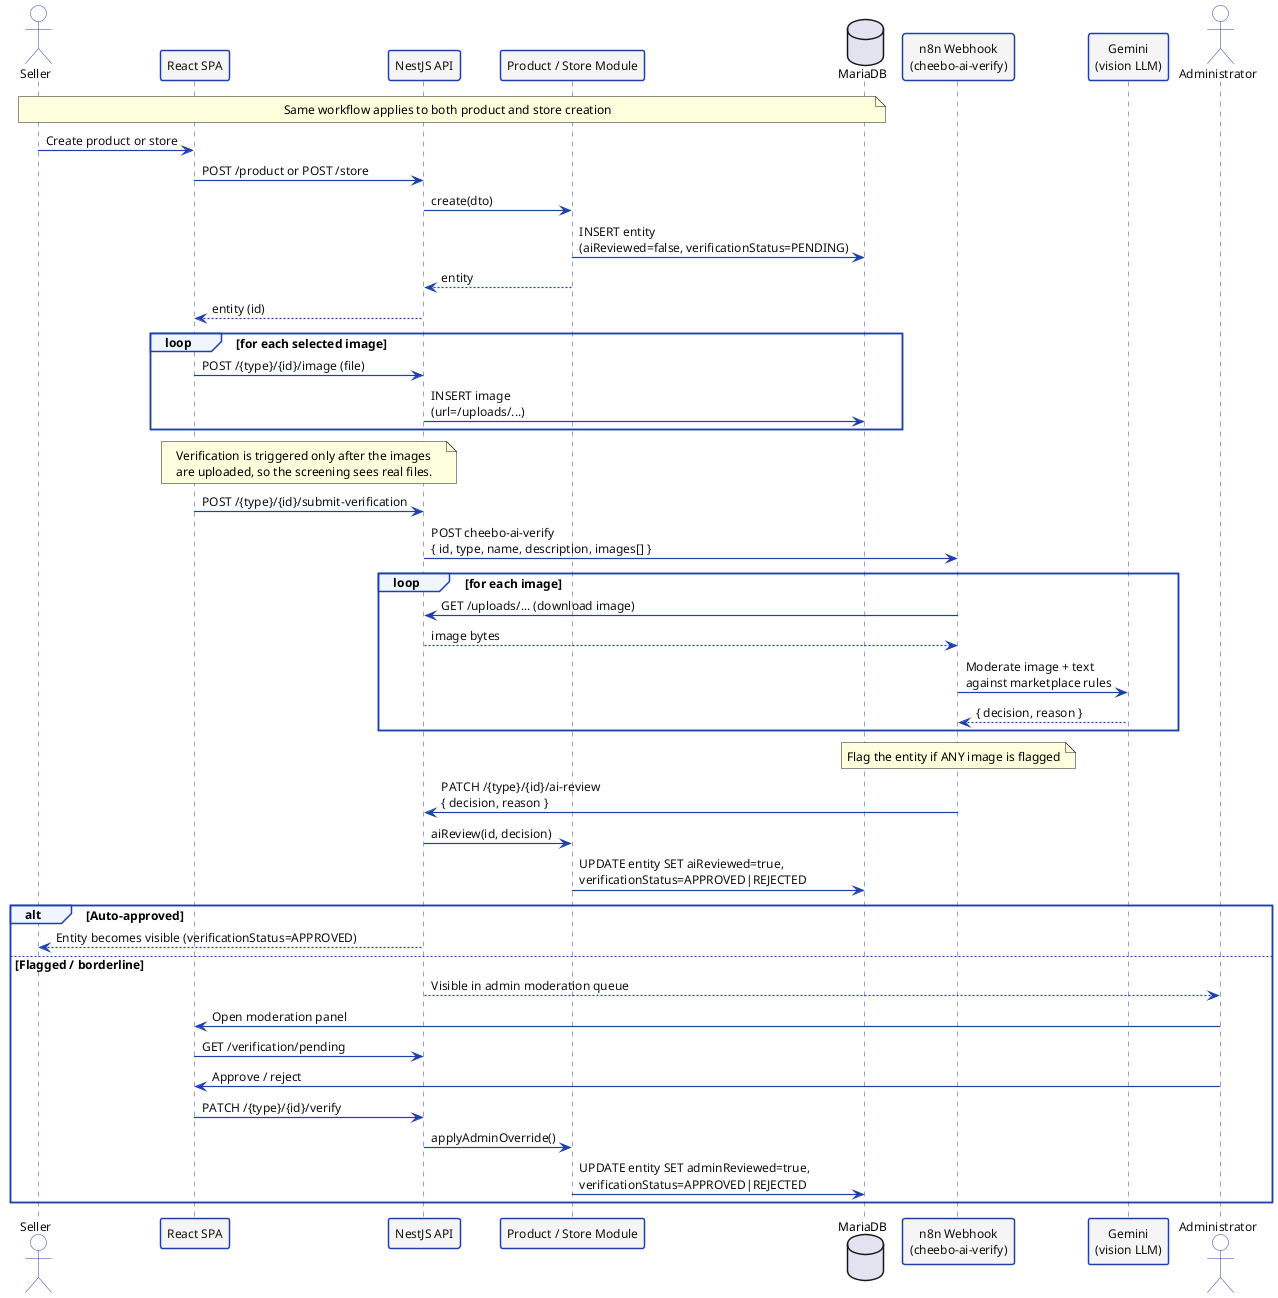
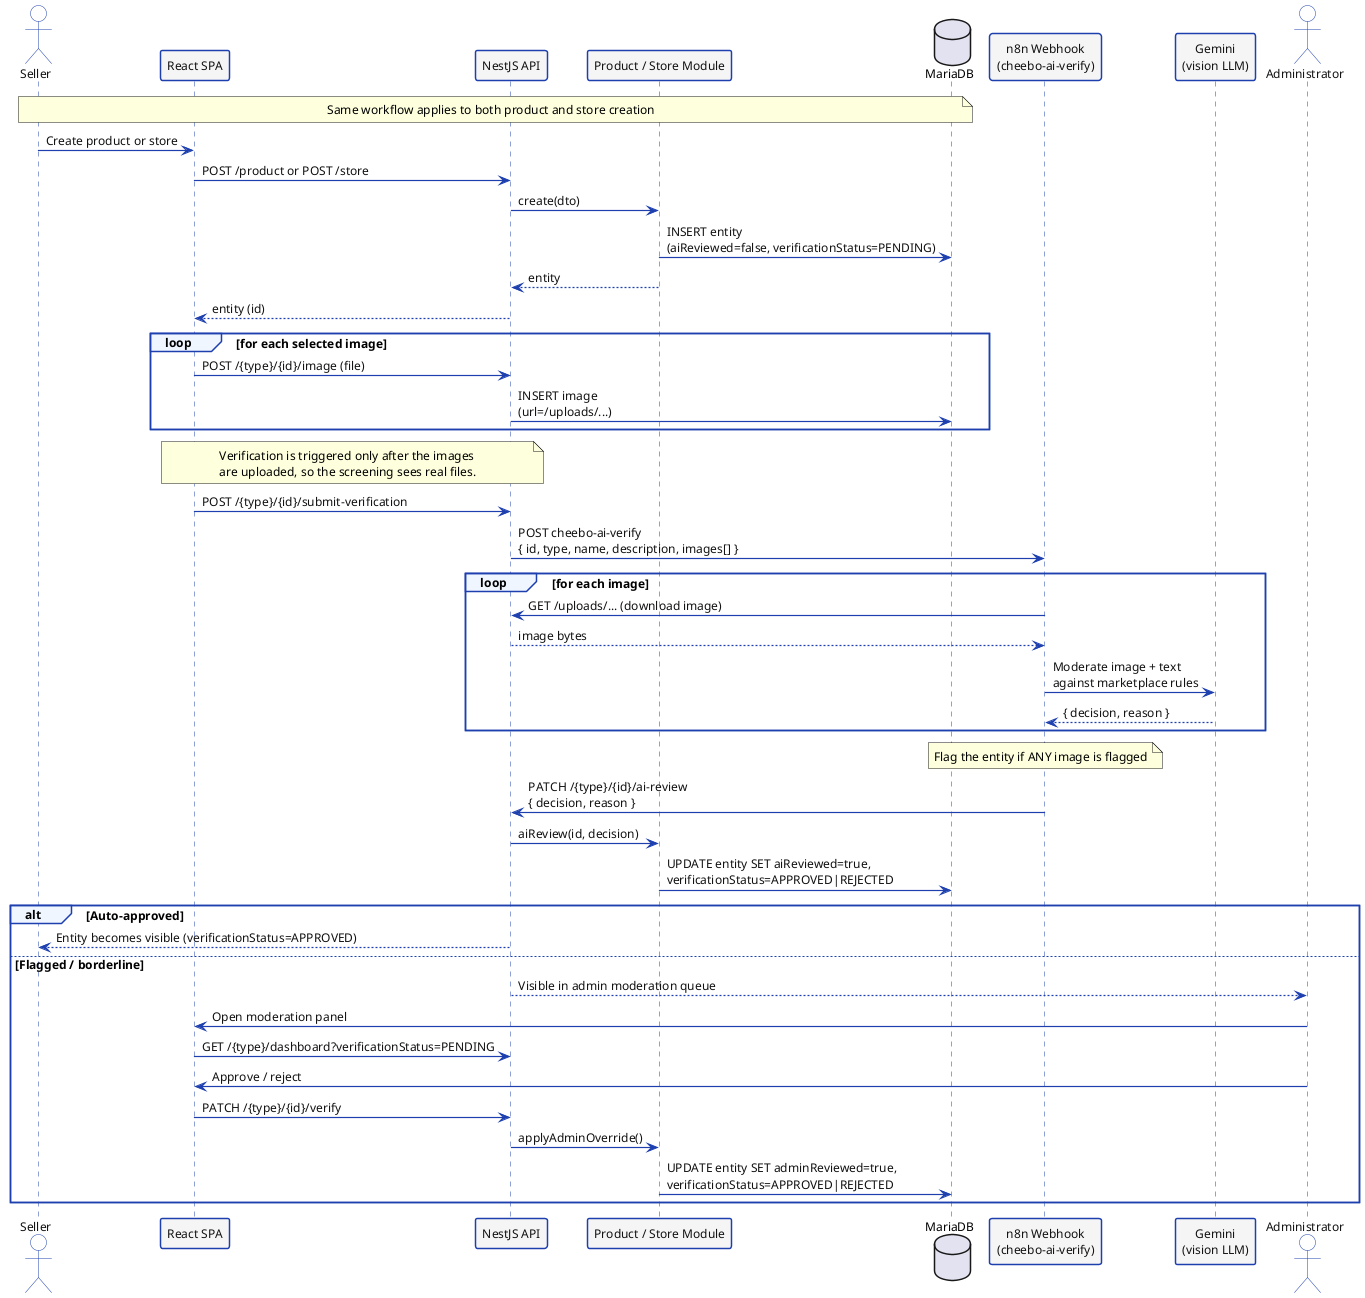
@startuml seq-verify

skinparam defaultFontName Helvetica
skinparam defaultFontSize 12
skinparam backgroundColor #FFFFFF
skinparam sequenceArrowThickness 1.2
skinparam sequenceParticipantBorderThickness 1.5

skinparam sequence {
  ActorBackgroundColor       #FFFFFF
  ActorBorderColor           #1E40AF
  ActorFontColor             #111111
  ParticipantBackgroundColor #F5F5F5
  ParticipantBorderColor     #1E40AF
  ParticipantFontColor       #111111
  LifeLineBorderColor        #1E40AF
  ArrowColor                 #1E40AF
  ArrowFontColor             #111111
  GroupBackgroundColor       #EFF6FF
  GroupBorderColor           #1E40AF
  NoteBackgroundColor        #F5F5F5
  NoteBorderColor            #1E40AF
}

actor       "Seller"                            as S
participant "React SPA"                         as FE
participant "NestJS API"                        as BE
participant "Product / Store Module"            as PM
database    "MariaDB"                           as DB
participant "n8n Webhook\n(cheebo-ai-verify)"   as N8N
participant "Gemini\n(vision LLM)"              as LLM
actor       "Administrator"                     as A

note over S, DB
  Same workflow applies to both product and store creation
end note

S  -> FE : Create product or store
FE -> BE : POST /product or POST /store
BE -> PM : create(dto)
PM -> DB : INSERT entity\n(aiReviewed=false, verificationStatus=PENDING)
PM --> BE : entity
BE --> FE : entity (id)

loop for each selected image
  FE -> BE : POST /{type}/{id}/image (file)
  BE -> DB : INSERT image\n(url=/uploads/...)
end

note over FE, BE
  Verification is triggered only after the images
  are uploaded, so the screening sees real files.
end note
FE -> BE : POST /{type}/{id}/submit-verification
BE -> N8N : POST cheebo-ai-verify\n{ id, type, name, description, images[] }

loop for each image
  N8N -> BE : GET /uploads/... (download image)
  BE --> N8N : image bytes
  N8N -> LLM : Moderate image + text\nagainst marketplace rules
  LLM --> N8N : { decision, reason }
end
note over N8N : Flag the entity if ANY image is flagged
N8N -> BE : PATCH /{type}/{id}/ai-review\n{ decision, reason }
BE -> PM : aiReview(id, decision)
PM -> DB : UPDATE entity SET aiReviewed=true,\nverificationStatus=APPROVED|REJECTED

alt Auto-approved
  BE --> S : Entity becomes visible (verificationStatus=APPROVED)
else Flagged / borderline
  BE --> A : Visible in admin moderation queue
  A -> FE : Open moderation panel
-   FE -> BE : GET /verification/pending
+   FE -> BE : GET /{type}/dashboard?verificationStatus=PENDING
  A -> FE : Approve / reject
  FE -> BE : PATCH /{type}/{id}/verify
  BE -> PM : applyAdminOverride()
  PM -> DB : UPDATE entity SET adminReviewed=true,\nverificationStatus=APPROVED|REJECTED
end

@enduml
